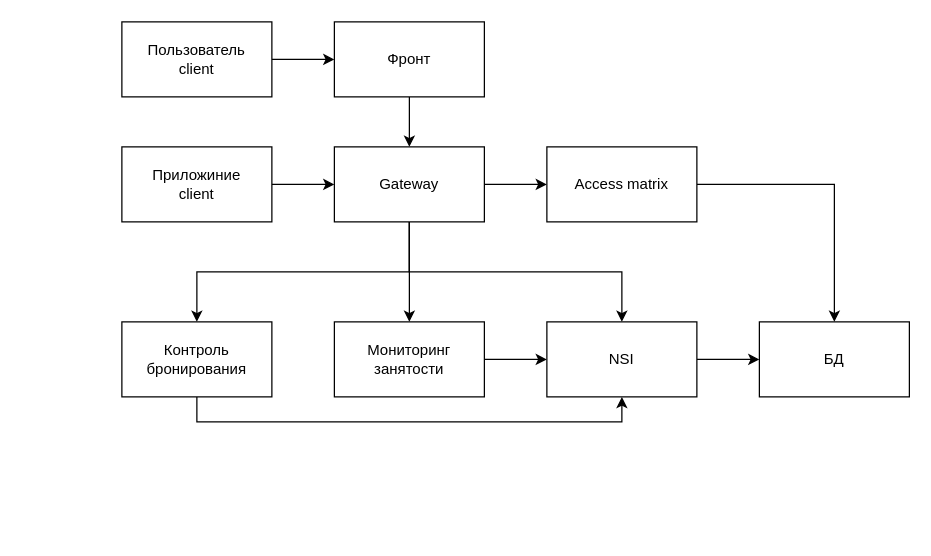
The draw.io diagram services.drawio in IIeasyII/night-meerkats, before the edit. Source tidied: cells renumbered, new cells numbered last; positions are measured from the earlier drawing's top-left corner, leaving out a move shared by most shapes. Both pictures are drawn from the tidied source at 125%, with x=0, y=0 at pixel (121, 21).
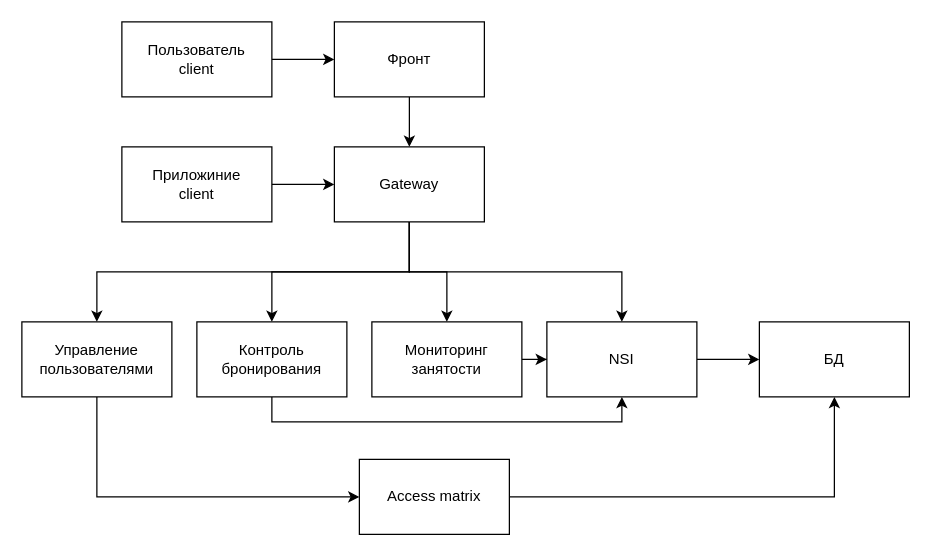
The same page after the edit.

Unchanged cells that the change refers to:
```xml
<mxCell id="12" value="Gateway" style="rounded=0;whiteSpace=wrap;html=1;" parent="1" vertex="1">
  <mxGeometry x="170" y="100" width="120" height="60" as="geometry" />
</mxCell>
```

Diff of the diagram source:
```diff
@@
-    <mxCell id="8" style="edgeStyle=orthogonalEdgeStyle;rounded=0;jettySize=auto;html=1;" parent="1" edge="1" source="12" target="14">
-      <mxGeometry relative="1" as="geometry" />
-    </mxCell>
@@
     <mxCell id="14" value="Access matrix" style="rounded=0;whiteSpace=wrap;html=1;" parent="1" vertex="1">
-      <mxGeometry x="340" y="100" width="120" height="60" as="geometry" />
+      <mxGeometry x="190" y="350" width="120" height="60" as="geometry" />
     </mxCell>
@@
     <mxCell id="16" value="Мониторинг занятости" style="rounded=0;whiteSpace=wrap;html=1;" parent="1" vertex="1">
-      <mxGeometry x="170" y="240" width="120" height="60" as="geometry" />
+      <mxGeometry x="200" y="240" width="120" height="60" as="geometry" />
     </mxCell>
@@
     <mxCell id="20" value="Контроль бронирования" style="rounded=0;whiteSpace=wrap;html=1;" parent="1" vertex="1">
-      <mxGeometry y="240" width="120" height="60" as="geometry" />
+      <mxGeometry x="60" y="240" width="120" height="60" as="geometry" />
     </mxCell>
@@
+    <mxCell id="22" style="edgeStyle=orthogonalEdgeStyle;rounded=0;jettySize=auto;html=1;exitX=0.5;exitY=1;exitDx=0;exitDy=0;entryX=0;entryY=0.5;entryDx=0;entryDy=0;" parent="1" edge="1" source="23" target="14">
+      <mxGeometry relative="1" as="geometry" />
+    </mxCell>
+    <mxCell id="23" value="Управление пользователями" style="rounded=0;whiteSpace=wrap;html=1;" parent="1" vertex="1">
+      <mxGeometry x="-80" y="240" width="120" height="60" as="geometry" />
+    </mxCell>
+    <mxCell id="24" style="edgeStyle=orthogonalEdgeStyle;rounded=0;jettySize=auto;html=1;exitX=0.5;exitY=1;exitDx=0;exitDy=0;entryX=0.5;entryY=0;entryDx=0;entryDy=0;" parent="1" edge="1" source="12" target="23">
+      <mxGeometry relative="1" as="geometry" />
+    </mxCell>
```
